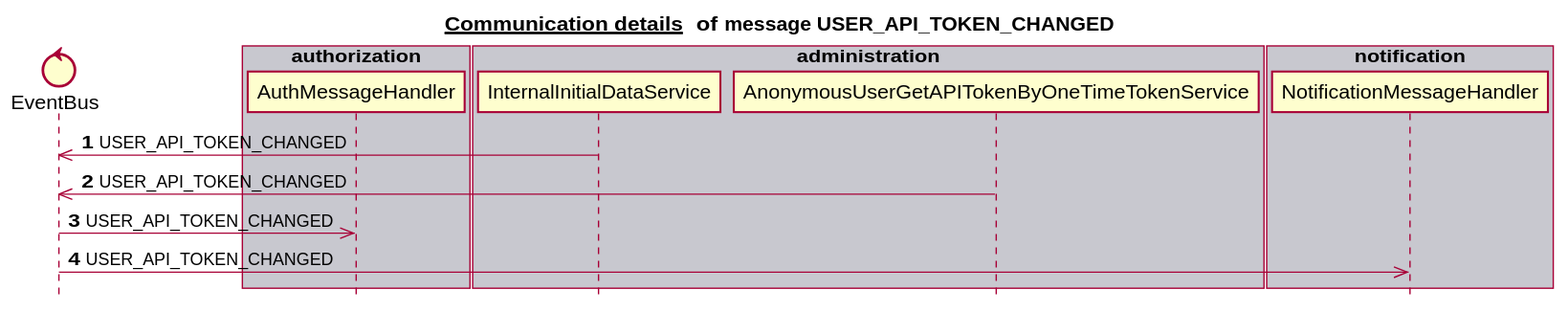
The PlantUML diagram docs/latest/images/gen_domain_messaging_user_api_token_changed.svg in mercedes-benz/sechub, before a commit.
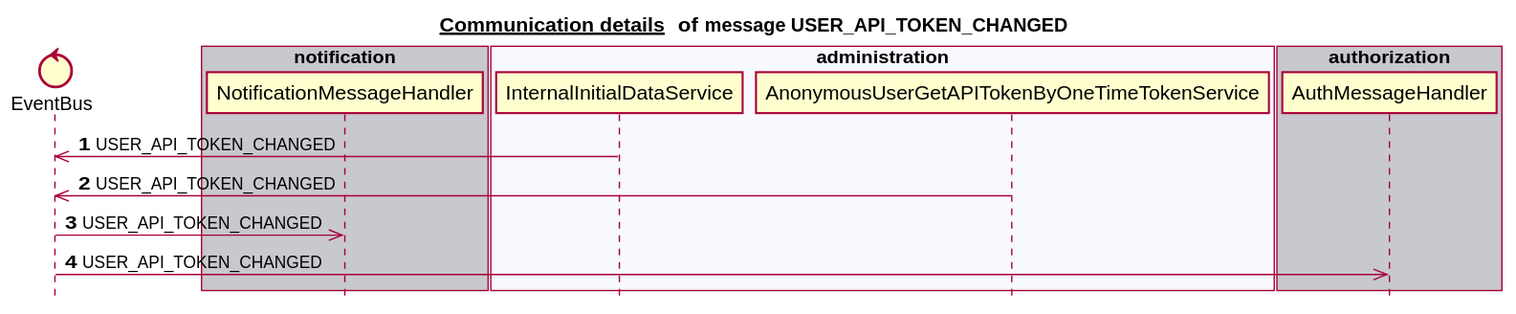
After the change.

Change to the diagram source:
```diff
@@ -6,25 +6,25 @@
 
 
 control EventBus
-box "authorization" #C8C8CF
-   participant AuthMessageHandler
+box "schedule" #C8C8CF
 end box
 box "scan" #F8F8FF
-end box
-box "administration" #C8C8CF
-   participant InternalInitialDataService
-   participant AnonymousUserGetAPITokenByOneTimeTokenService
-end box
-box "schedule" #F8F8FF
 end box
 box "notification" #C8C8CF
    participant NotificationMessageHandler
 end box
+box "administration" #F8F8FF
+   participant InternalInitialDataService
+   participant AnonymousUserGetAPITokenByOneTimeTokenService
+end box
+box "authorization" #C8C8CF
+   participant AuthMessageHandler
+end box
 autonumber 1
 InternalInitialDataService ->> EventBus:USER_API_TOKEN_CHANGED
 AnonymousUserGetAPITokenByOneTimeTokenService ->> EventBus:USER_API_TOKEN_CHANGED
+EventBus ->> NotificationMessageHandler:USER_API_TOKEN_CHANGED
 EventBus ->> AuthMessageHandler:USER_API_TOKEN_CHANGED
-EventBus ->> NotificationMessageHandler:USER_API_TOKEN_CHANGED
 autonumber stop
 
 
```
